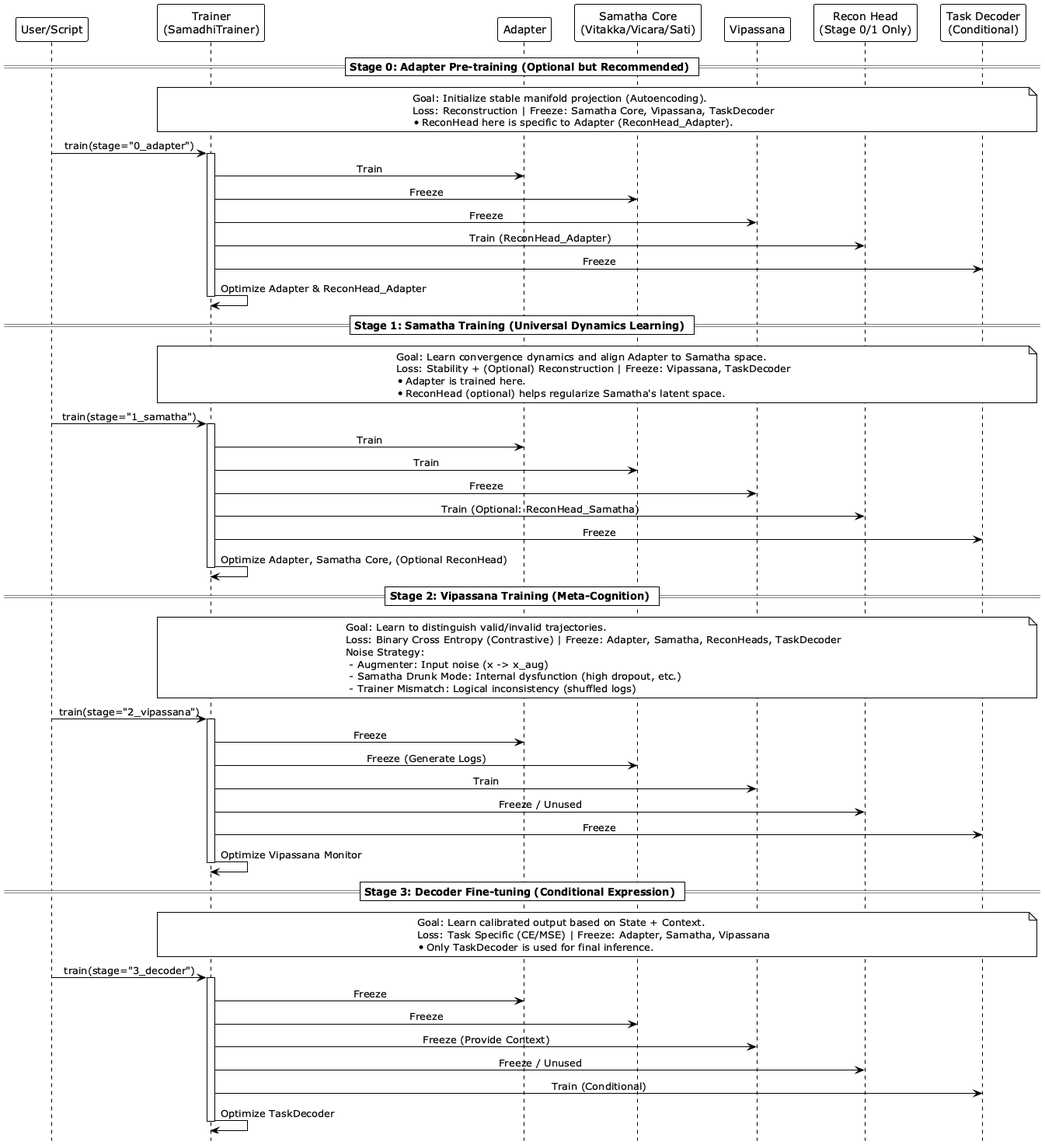
tamatebox/satipatthana-framework keeps this PlantUML diagram as docs/diagrams/images/v4_sequence_diagram_training_overview.png. Above is the earlier version. Source of this version:
```plantuml
@startuml v4_sequence_diagram_training_overview
!theme plain
hide footbox
skinparam sequenceMessageAlign center

participant "User/Script" as User
participant "Trainer\n(SamadhiTrainer)" as Trainer
participant "Adapter" as Adapter
participant "Samatha Core\n(Vitakka/Vicara/Sati)" as Samatha
participant "Vipassana" as Vipassana
participant "Recon Head\n(Stage 0/1 Only)" as ReconHead
participant "Task Decoder\n(Conditional)" as TaskDecoder

== Stage 0: Adapter Pre-training (Optional but Recommended) ==
note over Trainer, TaskDecoder
Goal: Initialize stable manifold projection (Autoencoding).
Loss: Reconstruction | Freeze: Samatha Core, Vipassana, TaskDecoder
*ReconHead here is specific to Adapter (ReconHead_Adapter).
end note
User -> Trainer: train(stage="0_adapter")
activate Trainer
    Trainer -> Adapter: Train
    Trainer -> Samatha: Freeze
    Trainer -> Vipassana: Freeze
    Trainer -> ReconHead: Train (ReconHead_Adapter)
    Trainer -> TaskDecoder: Freeze
    Trainer -> Trainer: Optimize Adapter & ReconHead_Adapter
deactivate Trainer

== Stage 1: Samatha Training (Universal Dynamics Learning) ==
note over Trainer, TaskDecoder
Goal: Learn convergence dynamics and align Adapter to Samatha space.
Loss: Stability + (Optional) Reconstruction | Freeze: Vipassana, TaskDecoder
*Adapter is trained here.
*ReconHead (optional) helps regularize Samatha's latent space.
end note
User -> Trainer: train(stage="1_samatha")
activate Trainer
    Trainer -> Adapter: Train
    Trainer -> Samatha: Train
    Trainer -> Vipassana: Freeze
    Trainer -> ReconHead: Train (Optional: ReconHead_Samatha)
    Trainer -> TaskDecoder: Freeze
    Trainer -> Trainer: Optimize Adapter, Samatha Core, (Optional ReconHead)
deactivate Trainer

== Stage 2: Vipassana Training (Meta-Cognition) ==
note over Trainer, TaskDecoder
Goal: Learn to distinguish valid/invalid trajectories.
Loss: Binary Cross Entropy (Contrastive) | Freeze: Adapter, Samatha, ReconHeads, TaskDecoder
Noise Strategy:
 - Augmenter: Input noise (x -> x_aug)
 - Samatha Drunk Mode: Internal dysfunction (high dropout, etc.)
 - Trainer Mismatch: Logical inconsistency (shuffled logs)
end note
User -> Trainer: train(stage="2_vipassana")
activate Trainer
    Trainer -> Adapter: Freeze
    Trainer -> Samatha: Freeze (Generate Logs)
    Trainer -> Vipassana: Train
    Trainer -> ReconHead: Freeze / Unused
    Trainer -> TaskDecoder: Freeze
    Trainer -> Trainer: Optimize Vipassana Monitor
deactivate Trainer

== Stage 3: Decoder Fine-tuning (Conditional Expression) ==
note over Trainer, TaskDecoder
Goal: Learn calibrated output based on State + Context.
Loss: Task Specific (CE/MSE) | Freeze: Adapter, Samatha, Vipassana
*Only TaskDecoder is used for final inference.
end note
User -> Trainer: train(stage="3_decoder")
activate Trainer
    Trainer -> Adapter: Freeze
    Trainer -> Samatha: Freeze
    Trainer -> Vipassana: Freeze (Provide Context)
    Trainer -> ReconHead: Freeze / Unused
    Trainer -> TaskDecoder: Train (Conditional)
    Trainer -> Trainer: Optimize TaskDecoder
deactivate Trainer

@enduml
```
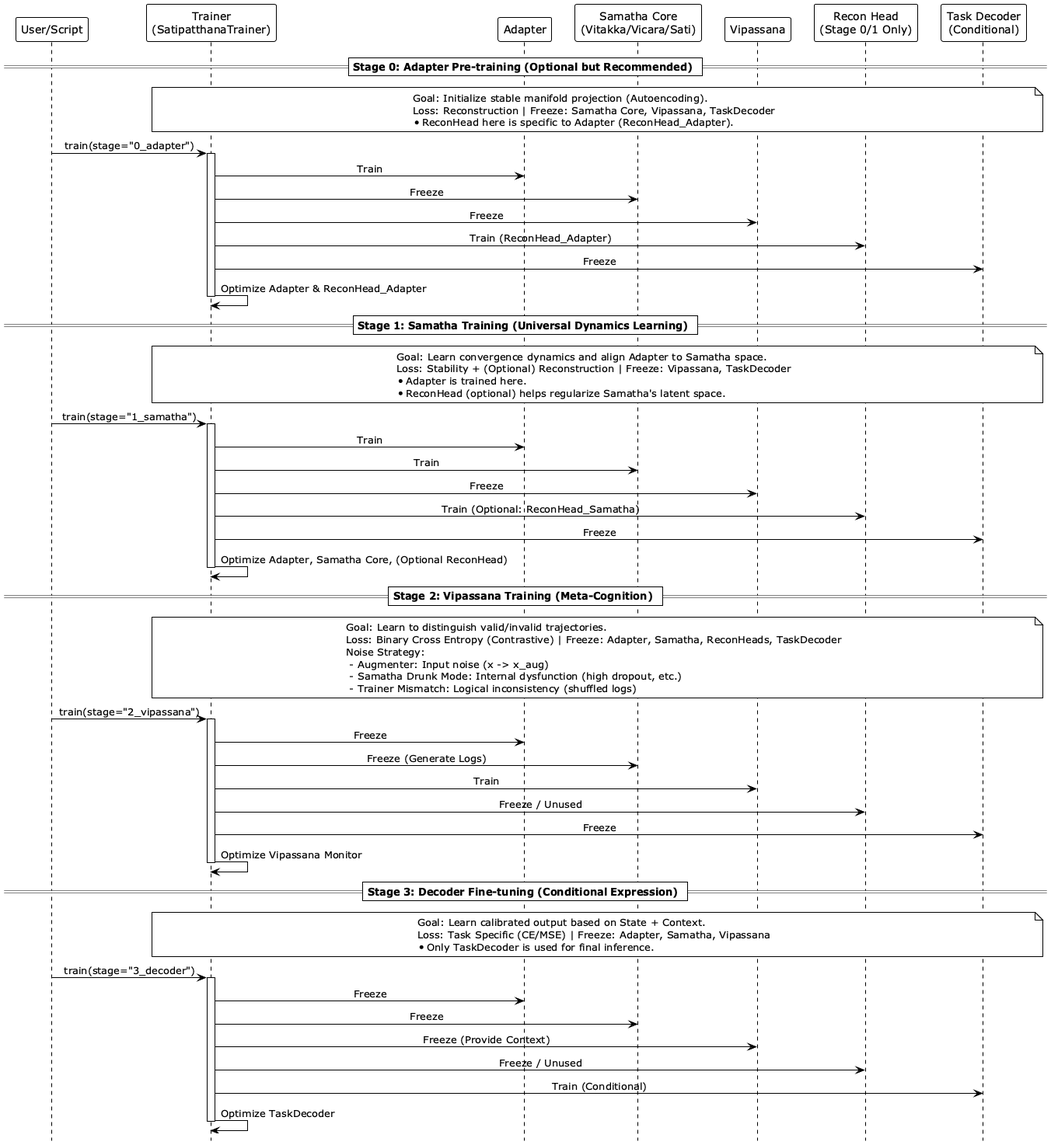
After the change.

The edit, as a diff of the source:
```diff
@@ -4,7 +4,7 @@
 skinparam sequenceMessageAlign center
 
 participant "User/Script" as User
-participant "Trainer\n(SamadhiTrainer)" as Trainer
+participant "Trainer\n(SatipatthanaTrainer)" as Trainer
 participant "Adapter" as Adapter
 participant "Samatha Core\n(Vitakka/Vicara/Sati)" as Samatha
 participant "Vipassana" as Vipassana
```
